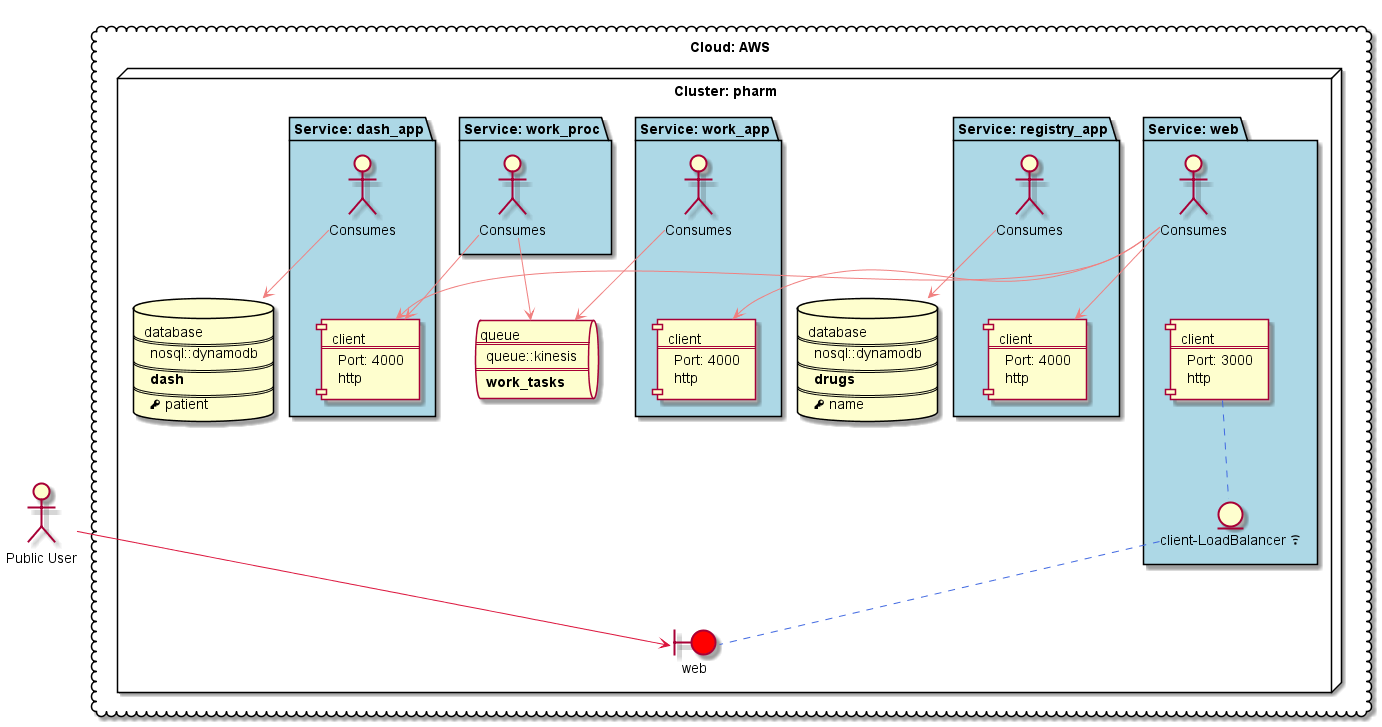
Above: 04.Pharmacy/diagram.png in berlioz-the/samples (PlantUML), before the change.
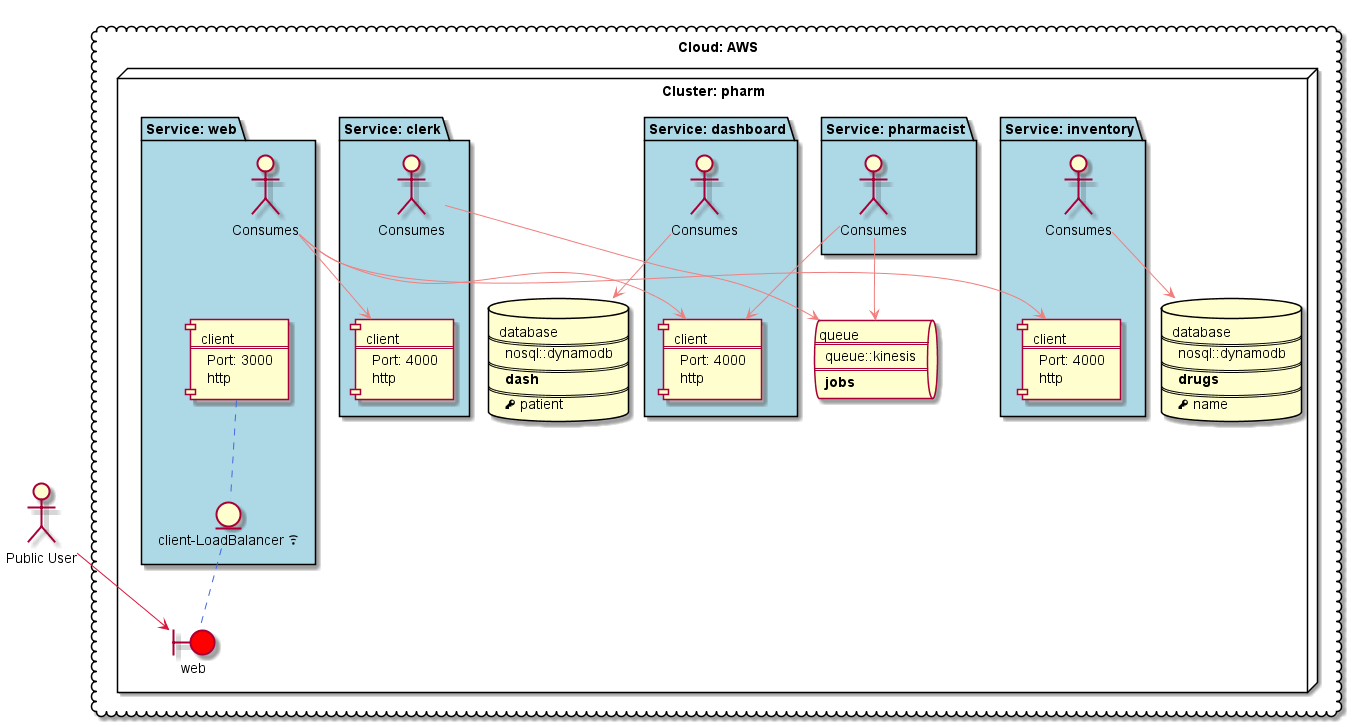
After the commit.

Change to the diagram source:
```diff
@@ -19,13 +19,35 @@
 ====
 <&key> name
 ]
-queue Q_pharm_work_tasks[
+queue Q_pharm_jobs[
 queue
 ====
 queue::kinesis
 ====
-**work_tasks**
+**jobs**
 ]
+package "Service: clerk" as S_pharm_clerk #LightBlue {
+actor :Consumes: as CO_pharm_clerk
+component "client\n===\nPort: 4000\nhttp" as C_pharm_clerk_client
+CO_pharm_clerk -[hidden]-> C_pharm_clerk_client
+CO_pharm_clerk --> Q_pharm_jobs #LightCoral
+}
+package "Service: dashboard" as S_pharm_dashboard #LightBlue {
+actor :Consumes: as CO_pharm_dashboard
+component "client\n===\nPort: 4000\nhttp" as C_pharm_dashboard_client
+CO_pharm_dashboard -[hidden]-> C_pharm_dashboard_client
+CO_pharm_dashboard --> DB_pharm_dash #LightCoral
+}
+package "Service: inventory" as S_pharm_inventory #LightBlue {
+actor :Consumes: as CO_pharm_inventory
+component "client\n===\nPort: 4000\nhttp" as C_pharm_inventory_client
+CO_pharm_inventory -[hidden]-> C_pharm_inventory_client
+CO_pharm_inventory --> DB_pharm_drugs #LightCoral
+}
+package "Service: pharmacist" as S_pharm_pharmacist #LightBlue {
+actor :Consumes: as CO_pharm_pharmacist
+CO_pharm_pharmacist --> Q_pharm_jobs #LightCoral
+}
 package "Service: web" as S_pharm_web #LightBlue {
 actor :Consumes: as CO_pharm_web
 component "client\n===\nPort: 3000\nhttp" as C_pharm_web_client
@@ -33,36 +55,14 @@
 C_pharm_web_client .. I_pharm_web_client #RoyalBlue
 CO_pharm_web -[hidden]-> C_pharm_web_client
 }
-package "Service: dash_app" as S_pharm_dash_app #LightBlue {
-actor :Consumes: as CO_pharm_dash_app
-component "client\n===\nPort: 4000\nhttp" as C_pharm_dash_app_client
-CO_pharm_dash_app -[hidden]-> C_pharm_dash_app_client
-CO_pharm_dash_app --> DB_pharm_dash #LightCoral
-}
-package "Service: registry_app" as S_pharm_registry_app #LightBlue {
-actor :Consumes: as CO_pharm_registry_app
-component "client\n===\nPort: 4000\nhttp" as C_pharm_registry_app_client
-CO_pharm_registry_app -[hidden]-> C_pharm_registry_app_client
-CO_pharm_registry_app --> DB_pharm_drugs #LightCoral
-}
-package "Service: work_app" as S_pharm_work_app #LightBlue {
-actor :Consumes: as CO_pharm_work_app
-component "client\n===\nPort: 4000\nhttp" as C_pharm_work_app_client
-CO_pharm_work_app -[hidden]-> C_pharm_work_app_client
-CO_pharm_work_app --> Q_pharm_work_tasks #LightCoral
-}
-package "Service: work_proc" as S_pharm_work_proc #LightBlue {
-actor :Consumes: as CO_pharm_work_proc
-CO_pharm_work_proc --> Q_pharm_work_tasks #LightCoral
-}
 boundary "web" as CI_pharm_web #red
 I_pharm_web_client .. CI_pharm_web #RoyalBlue
 }
 }
 actor :Public User: as EX_Consumer
 EX_Consumer --> CI_pharm_web #Crimson
-CO_pharm_web --> C_pharm_registry_app_client #LightCoral
-CO_pharm_web --> C_pharm_work_app_client #LightCoral
-CO_pharm_web --> C_pharm_dash_app_client #LightCoral
-CO_pharm_work_proc --> C_pharm_dash_app_client #LightCoral
+CO_pharm_pharmacist --> C_pharm_dashboard_client #LightCoral
+CO_pharm_web --> C_pharm_inventory_client #LightCoral
+CO_pharm_web --> C_pharm_clerk_client #LightCoral
+CO_pharm_web --> C_pharm_dashboard_client #LightCoral
 @enduml
```
